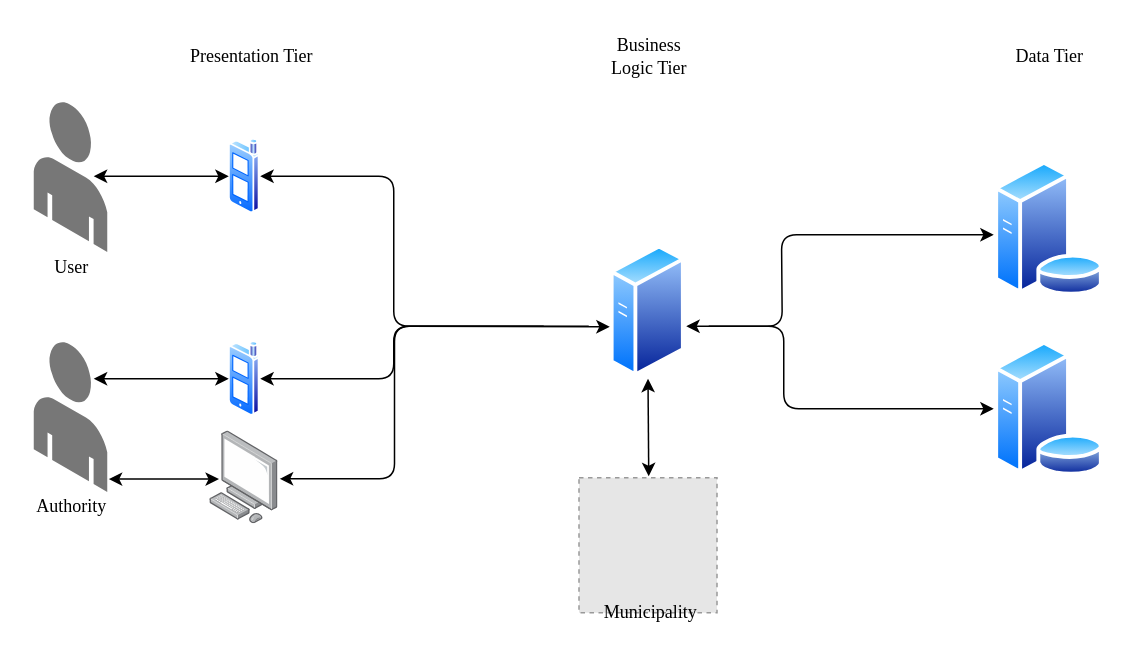
The draw.io diagram DD/Files/Models/SystemOverview.drawio in Danielededo/CuzzucoliDeDominicis, before the edit. Source tidied: cells renumbered, new cells numbered last; positions are measured from the earlier drawing's top-left corner, leaving out a move shared by most shapes. Both pictures are drawn from the tidied source at 150%, with x=0, y=0 at pixel (24, 26). Pictures stored in the file or linked from it are replaced by grey dashed boxes.
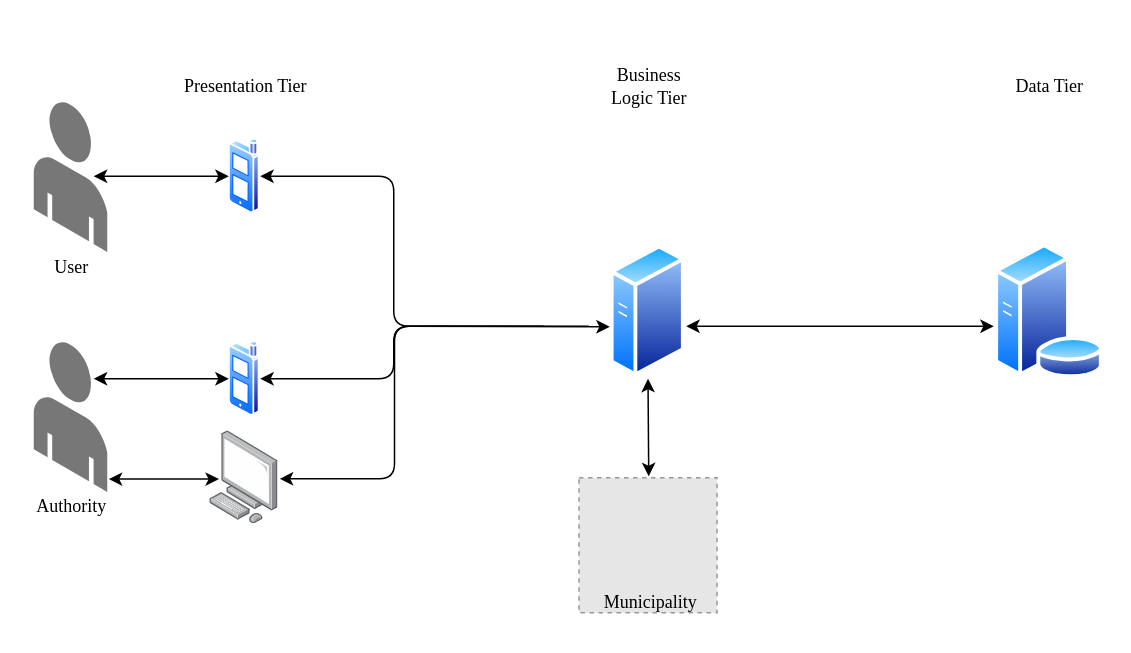
The same page after the edit.

Change to the diagram source:
```diff
@@
     <mxCell id="2" style="perimeter=ellipsePerimeter;html=1;align=center;shadow=0;dashed=0;spacingTop=3;image;image=img/lib/active_directory/database_server.svg;" parent="1" vertex="1">
-      <mxGeometry x="646" y="90" width="74" height="90" as="geometry" />
+      <mxGeometry x="646" y="145" width="74" height="90" as="geometry" />
     </mxCell>
@@
-    <mxCell id="8" style="perimeter=ellipsePerimeter;html=1;align=center;shadow=0;dashed=0;spacingTop=3;image;image=img/lib/active_directory/database_server.svg;" parent="1" vertex="1">
-      <mxGeometry x="646" y="210" width="74" height="90" as="geometry" />
-    </mxCell>
@@
     <mxCell id="15" value="&lt;div&gt;&lt;font face=&quot;Times New Roman&quot;&gt;Presentation Tier&lt;/font&gt;&lt;/div&gt;" style="text;html=1;align=center;verticalAlign=middle;fillColor=none;strokeColor=none;rounded=0;" parent="1" vertex="1">
-      <mxGeometry x="101" y="10" width="100" height="20" as="geometry" />
+      <mxGeometry x="96.5" y="30" width="100" height="20" as="geometry" />
     </mxCell>
@@
     <mxCell id="19" style="endArrow=classic;startArrow=classic;html=1;" parent="1" edge="1">
       <mxGeometry relative="1" as="geometry">
         <mxPoint x="441" y="200" as="sourcePoint" />
-        <mxPoint x="646" y="139" as="targetPoint" />
+        <mxPoint x="646" y="200" as="targetPoint" />
         <Array as="points">
           <mxPoint x="505" y="200" />
-          <mxPoint x="504.5" y="139" />
-          <mxPoint x="576" y="139" />
+          <mxPoint x="576" y="200" />
         </Array>
       </mxGeometry>
     </mxCell>
-    <mxCell id="20" style="edgeStyle=elbowEdgeStyle;elbow=horizontal;endArrow=classic;html=1;" parent="1" edge="1">
-      <mxGeometry relative="1" as="geometry">
-        <mxPoint x="456" y="200" as="sourcePoint" />
-        <mxPoint x="646" y="255" as="targetPoint" />
-        <Array as="points">
-          <mxPoint x="506" y="220" />
-        </Array>
-      </mxGeometry>
-    </mxCell>
     <mxCell id="21" value="&lt;div&gt;&lt;font face=&quot;Times New Roman&quot;&gt;Business &lt;br&gt;&lt;/font&gt;&lt;/div&gt;&lt;div&gt;&lt;font face=&quot;Times New Roman&quot;&gt;Logic Tier&lt;/font&gt;&lt;/div&gt;" style="text;html=1;align=center;verticalAlign=middle;fillColor=none;strokeColor=none;rounded=0;" parent="1" vertex="1">
-      <mxGeometry x="385.5" width="60" height="40" as="geometry" />
+      <mxGeometry x="385.5" y="20" width="60" height="40" as="geometry" />
     </mxCell>
     <mxCell id="22" value="&lt;font face=&quot;Times New Roman&quot;&gt;Data Tier&lt;/font&gt;" style="text;html=1;align=center;verticalAlign=middle;fillColor=none;strokeColor=none;rounded=0;" parent="1" vertex="1">
-      <mxGeometry x="653" y="10" width="60" height="20" as="geometry" />
+      <mxGeometry x="653" y="30" width="60" height="20" as="geometry" />
     </mxCell>
@@
     <mxCell id="25" value="&lt;font face=&quot;Times New Roman&quot;&gt;Municipality&lt;/font&gt;" style="text;html=1;align=center;verticalAlign=middle;fillColor=none;strokeColor=none;rounded=0;" parent="1" vertex="1">
-      <mxGeometry x="376.5" y="381" width="80" height="20" as="geometry" />
+      <mxGeometry x="376.5" y="374" width="80" height="20" as="geometry" />
     </mxCell>
```
